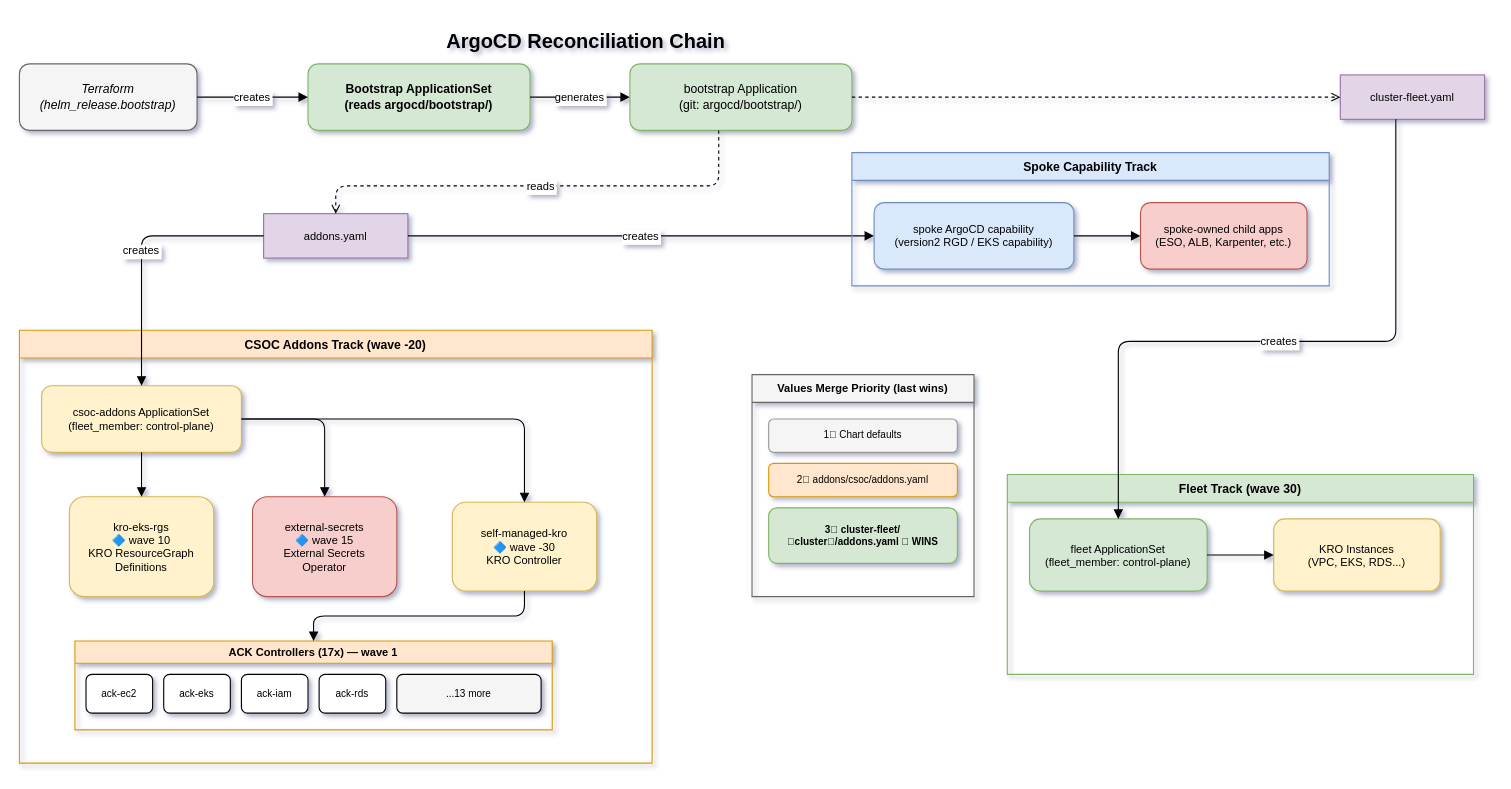
This is docs/diagrams/argocd-reconciliation.drawio from indiana-university/gen3-kro, a draw.io file, before an edit. Source tidied: cells renumbered, new cells numbered last; positions are measured from the earlier drawing's top-left corner, leaving out a move shared by most shapes. Both pictures are drawn from the tidied source at 111%, with x=0, y=0 at pixel (19, 19).
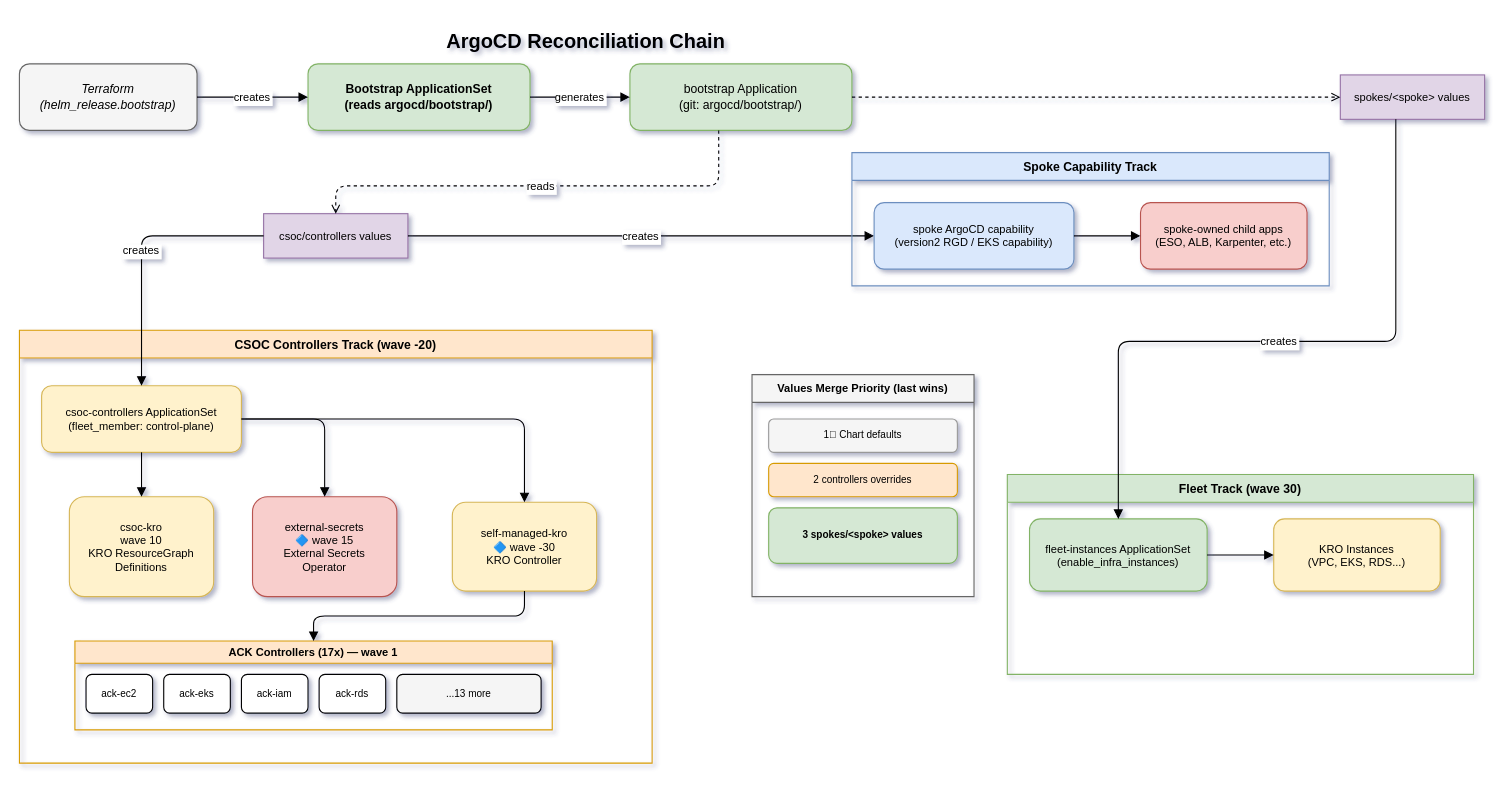
The same diagram, later.

The change refers to these unchanged cells:
```xml
<mxCell id="27" value="Fleet Track (wave 30)" style="swimlane;startSize=25;fillColor=#d5e8d4;strokeColor=#82b366;fontSize=11;fontStyle=1;" parent="1" vertex="1">
  <mxGeometry x="890" y="410" width="420" height="180" as="geometry" />
</mxCell>
<mxCell id="34" value="Values Merge Priority (last wins)" style="swimlane;startSize=25;fillColor=#f5f5f5;strokeColor=#666666;fontSize=10;fontStyle=1;labelBorderColor=none;fontColor=#000000;" parent="1" vertex="1">
  <mxGeometry x="660" y="320" width="200" height="200" as="geometry" />
</mxCell>
```

The edit, as a diff of the source:
```diff
@@
-    <mxCell id="8" value="addons.yaml" style="rounded=0;whiteSpace=wrap;fillColor=#e1d5e7;strokeColor=#9673a6;fontSize=10;labelBorderColor=none;fontColor=#000000;" parent="1" vertex="1">
+    <mxCell id="8" value="csoc/controllers values" style="rounded=0;whiteSpace=wrap;fillColor=#e1d5e7;strokeColor=#9673a6;fontSize=10;labelBorderColor=none;fontColor=#000000;" parent="1" vertex="1">
       <mxGeometry x="220" y="175" width="130" height="40" as="geometry" />
     </mxCell>
-    <mxCell id="9" value="cluster-fleet.yaml" style="rounded=0;whiteSpace=wrap;fillColor=#e1d5e7;strokeColor=#9673a6;fontSize=10;labelBorderColor=none;fontColor=#000000;" parent="1" vertex="1">
+    <mxCell id="9" value="spokes/&lt;spoke&gt; values" style="rounded=0;whiteSpace=wrap;fillColor=#e1d5e7;strokeColor=#9673a6;fontSize=10;labelBorderColor=none;fontColor=#000000;" parent="1" vertex="1">
       <mxGeometry x="1190" y="50" width="130" height="40" as="geometry" />
     </mxCell>
@@
-    <mxCell id="12" value="CSOC Addons Track (wave -20)" style="swimlane;startSize=25;fillColor=#ffe6cc;strokeColor=#d79b00;fontSize=11;fontStyle=1;fontColor=#000000;" parent="1" vertex="1">
+    <mxCell id="12" value="CSOC Controllers Track (wave -20)" style="swimlane;startSize=25;fillColor=#ffe6cc;strokeColor=#d79b00;fontSize=11;fontStyle=1;fontColor=#000000;" parent="1" vertex="1">
       <mxGeometry y="280" width="570" height="390" as="geometry" />
     </mxCell>
-    <mxCell id="13" value="csoc-addons ApplicationSet&#10;(fleet_member: control-plane)" style="rounded=1;whiteSpace=wrap;fillColor=#fff2cc;strokeColor=#d6b656;fontSize=10;labelBorderColor=none;fontColor=#000000;" parent="12" vertex="1">
+    <mxCell id="13" value="csoc-controllers ApplicationSet&#10;(fleet_member: control-plane)" style="rounded=1;whiteSpace=wrap;fillColor=#fff2cc;strokeColor=#d6b656;fontSize=10;labelBorderColor=none;fontColor=#000000;" parent="12" vertex="1">
       <mxGeometry x="20" y="50" width="180" height="60" as="geometry" />
     </mxCell>
@@
-    <mxCell id="21" value="kro-eks-rgs&#10;🔷 wave 10&#10;KRO ResourceGraph&#10;Definitions" style="rounded=1;whiteSpace=wrap;fillColor=#fff2cc;strokeColor=#d6b656;fontSize=10;labelBorderColor=none;fontColor=#000000;" parent="12" vertex="1">
+    <mxCell id="21" value="csoc-kro&#10;wave 10&#10;KRO ResourceGraph&#10;Definitions" style="rounded=1;whiteSpace=wrap;fillColor=#fff2cc;strokeColor=#d6b656;fontSize=10;labelBorderColor=none;fontColor=#000000;" parent="12" vertex="1">
       <mxGeometry x="45" y="150" width="130" height="90" as="geometry" />
     </mxCell>
@@
-    <mxCell id="28" value="fleet ApplicationSet&#10;(fleet_member: control-plane)" style="rounded=1;whiteSpace=wrap;fillColor=#d5e8d4;strokeColor=#82b366;fontSize=10;labelBorderColor=none;fontColor=#000000;" parent="27" vertex="1">
+    <mxCell id="28" value="fleet-instances ApplicationSet&#10;(enable_infra_instances)" style="rounded=1;whiteSpace=wrap;fillColor=#d5e8d4;strokeColor=#82b366;fontSize=10;labelBorderColor=none;fontColor=#000000;" parent="27" vertex="1">
       <mxGeometry x="20" y="40" width="160" height="65" as="geometry" />
     </mxCell>
@@
-    <mxCell id="36" value="2⃣ addons/csoc/addons.yaml" style="rounded=1;whiteSpace=wrap;fillColor=#ffe6cc;strokeColor=#d79b00;fontSize=9;labelBorderColor=none;fontColor=#000000;" parent="34" vertex="1">
+    <mxCell id="36" value="2 controllers overrides" style="rounded=1;whiteSpace=wrap;fillColor=#ffe6cc;strokeColor=#d79b00;fontSize=9;labelBorderColor=none;fontColor=#000000;" parent="34" vertex="1">
       <mxGeometry x="15" y="80" width="170" height="30" as="geometry" />
     </mxCell>
-    <mxCell id="37" value="3⃣ cluster-fleet/⟨cluster⟩/addons.yaml ✓ WINS" style="rounded=1;whiteSpace=wrap;fillColor=#d5e8d4;strokeColor=#82b366;fontSize=9;fontStyle=1;labelBorderColor=none;fontColor=#000000;" parent="34" vertex="1">
+    <mxCell id="37" value="3 spokes/&lt;spoke&gt; values" style="rounded=1;whiteSpace=wrap;fillColor=#d5e8d4;strokeColor=#82b366;fontSize=9;fontStyle=1;labelBorderColor=none;fontColor=#000000;" parent="34" vertex="1">
       <mxGeometry x="15" y="120" width="170" height="50" as="geometry" />
     </mxCell>
```
